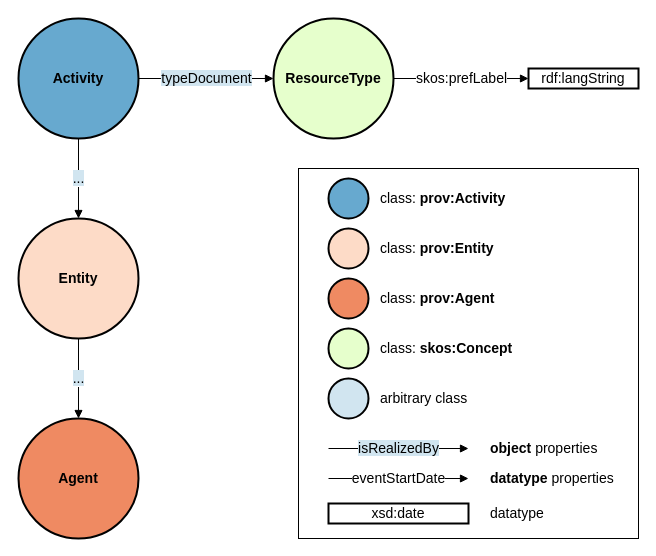
swiss/ch-paf-link keeps this draw.io diagram as figures/ontology_elements.drawio. Above is the earlier version. Source tidied: cells renumbered, new cells numbered last; positions are measured from the earlier drawing's top-left corner, leaving out a move shared by most shapes. Both pictures are drawn from the tidied source at 100%, with x=0, y=0 at pixel (18, 18).
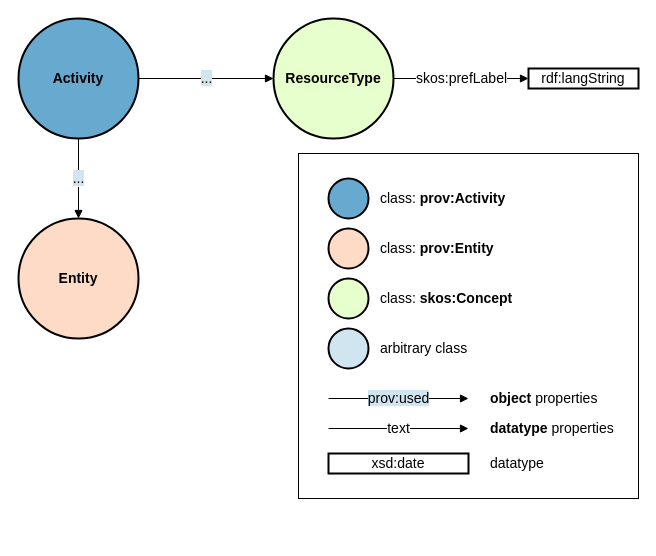
Above is the later version.

Unchanged cells that the change refers to:
```xml
<mxCell id="3" value="&lt;b&gt;Activity&lt;br&gt;&lt;/b&gt;" style="ellipse;whiteSpace=wrap;html=1;rounded=0;shadow=0;glass=0;comic=0;strokeColor=#000000;strokeWidth=2;fillColor=#67a9cf;gradientColor=none;fontSize=14;fontColor=#000000;align=center;" parent="1" vertex="1">
  <mxGeometry width="120" height="120" as="geometry" />
</mxCell>
<mxCell id="5" value="&lt;b&gt;Entity&lt;/b&gt;" style="ellipse;whiteSpace=wrap;html=1;rounded=0;shadow=0;glass=0;comic=0;strokeColor=#000000;strokeWidth=2;fillColor=#fddbc7;gradientColor=none;fontSize=14;fontColor=#000000;align=center;" parent="1" vertex="1">
  <mxGeometry y="200" width="120" height="120" as="geometry" />
</mxCell>
<mxCell id="14" value="&lt;b&gt;ResourceType&lt;/b&gt;" style="ellipse;whiteSpace=wrap;html=1;rounded=0;shadow=0;glass=0;comic=0;strokeColor=#000000;strokeWidth=2;fillColor=#E6FFCC;gradientColor=none;fontSize=14;fontColor=#000000;align=center;" parent="1" vertex="1">
  <mxGeometry x="255" width="120" height="120" as="geometry" />
</mxCell>
```

What changed in the source:
```diff
@@
     <mxCell id="2" style="rounded=0;whiteSpace=wrap;html=1;fontSize=14;fillColor=none;" parent="1" vertex="1">
-      <mxGeometry x="280" y="150" width="340" height="370" as="geometry" />
+      <mxGeometry x="280" y="135" width="340" height="345" as="geometry" />
     </mxCell>
@@
-    <mxCell id="6" value="&lt;b&gt;Agent&lt;/b&gt;" style="ellipse;whiteSpace=wrap;html=1;rounded=0;shadow=0;glass=0;comic=0;strokeColor=#000000;strokeWidth=2;fillColor=#ef8a62;gradientColor=none;fontSize=14;fontColor=#000000;align=center;" parent="1" vertex="1">
-      <mxGeometry y="400" width="120" height="120" as="geometry" />
-    </mxCell>
-    <mxCell id="7" value="&lt;span style=&quot;background-color: rgb(209, 229, 240);&quot;&gt;...&lt;/span&gt;" style="endArrow=block;html=1;strokeColor=#000000;fontSize=14;fontColor=#000000;endFill=1;exitX=0.5;exitY=1;exitDx=0;exitDy=0;entryX=0.5;entryY=0;entryDx=0;entryDy=0;" parent="1" edge="1" source="5" target="6">
-      <mxGeometry relative="1" as="geometry" />
-    </mxCell>
-    <mxCell id="8" value="&lt;b&gt;&lt;br&gt;&lt;/b&gt;" style="ellipse;whiteSpace=wrap;html=1;rounded=0;shadow=0;glass=0;comic=0;strokeColor=#000000;strokeWidth=2;fillColor=#EF8A62;gradientColor=none;fontSize=14;fontColor=#000000;align=center;" parent="1" vertex="1">
-      <mxGeometry x="310" y="260" width="40" height="40" as="geometry" />
-    </mxCell>
@@
-    <mxCell id="13" value="class: &lt;b style=&quot;font-size: 14px;&quot;&gt;prov:Agent&lt;/b&gt;" style="text;html=1;strokeColor=none;fillColor=none;align=left;verticalAlign=middle;whiteSpace=wrap;rounded=0;fontSize=14;" parent="1" vertex="1">
-      <mxGeometry x="360" y="260" width="190" height="40" as="geometry" />
-    </mxCell>
@@
     <mxCell id="15" value="&lt;b&gt;&lt;br&gt;&lt;/b&gt;" style="ellipse;whiteSpace=wrap;html=1;rounded=0;shadow=0;glass=0;comic=0;strokeColor=#000000;strokeWidth=2;fillColor=#E6FFCC;gradientColor=none;fontSize=14;fontColor=#000000;align=center;" parent="1" vertex="1">
-      <mxGeometry x="310" y="310" width="40" height="40" as="geometry" />
+      <mxGeometry x="310" y="260" width="40" height="40" as="geometry" />
     </mxCell>
     <mxCell id="16" value="class: &lt;b&gt;skos:Concept&lt;/b&gt;" style="text;html=1;strokeColor=none;fillColor=none;align=left;verticalAlign=middle;whiteSpace=wrap;rounded=0;fontSize=14;" parent="1" vertex="1">
-      <mxGeometry x="360" y="310" width="150" height="40" as="geometry" />
+      <mxGeometry x="360" y="260" width="150" height="40" as="geometry" />
     </mxCell>
-    <mxCell id="17" value="&lt;span style=&quot;background-color: rgb(209, 229, 240);&quot;&gt;isRealizedBy&lt;/span&gt;" style="endArrow=block;html=1;strokeColor=#000000;fontSize=14;fontColor=#000000;endFill=1;exitX=0.5;exitY=1;exitDx=0;exitDy=0;" parent="1" edge="1">
+    <mxCell id="17" value="&lt;span style=&quot;background-color: rgb(209, 229, 240);&quot;&gt;prov:used&lt;/span&gt;" style="endArrow=block;html=1;strokeColor=#000000;fontSize=14;fontColor=#000000;endFill=1;exitX=0.5;exitY=1;exitDx=0;exitDy=0;" parent="1" edge="1">
       <mxGeometry relative="1" as="geometry">
-        <mxPoint x="310" y="430" as="sourcePoint" />
-        <mxPoint x="450" y="430" as="targetPoint" />
+        <mxPoint x="310" y="380" as="sourcePoint" />
+        <mxPoint x="450" y="380" as="targetPoint" />
       </mxGeometry>
     </mxCell>
     <mxCell id="18" value="&lt;b&gt;object &lt;/b&gt;properties" style="text;html=1;strokeColor=none;fillColor=none;align=left;verticalAlign=middle;whiteSpace=wrap;rounded=0;fontSize=14;" parent="1" vertex="1">
-      <mxGeometry x="470" y="410" width="150" height="40" as="geometry" />
+      <mxGeometry x="470" y="360" width="150" height="40" as="geometry" />
     </mxCell>
-    <mxCell id="19" value="eventStartDate" style="endArrow=block;html=1;strokeColor=#000000;fontSize=14;fontColor=#000000;endFill=1;" parent="1" edge="1">
+    <mxCell id="19" value="text" style="endArrow=block;html=1;strokeColor=#000000;fontSize=14;fontColor=#000000;endFill=1;" parent="1" edge="1">
       <mxGeometry relative="1" as="geometry">
-        <mxPoint x="310" y="460" as="sourcePoint" />
-        <mxPoint x="450" y="460" as="targetPoint" />
+        <mxPoint x="310" y="410" as="sourcePoint" />
+        <mxPoint x="450" y="410" as="targetPoint" />
       </mxGeometry>
     </mxCell>
     <mxCell id="20" value="&lt;b&gt;datatype &lt;/b&gt;properties" style="text;html=1;strokeColor=none;fillColor=none;align=left;verticalAlign=middle;whiteSpace=wrap;rounded=0;fontSize=14;" parent="1" vertex="1">
-      <mxGeometry x="470" y="440" width="150" height="40" as="geometry" />
+      <mxGeometry x="470" y="390" width="150" height="40" as="geometry" />
     </mxCell>
     <mxCell id="21" value="xsd:date" style="whiteSpace=wrap;html=1;rounded=0;shadow=0;glass=0;comic=0;strokeColor=#000000;strokeWidth=2;fillColor=#FFFFFF;gradientColor=none;fontSize=14;fontColor=#000000;align=center;" parent="1" vertex="1">
-      <mxGeometry x="310" y="485" width="140" height="20" as="geometry" />
+      <mxGeometry x="310" y="435" width="140" height="20" as="geometry" />
     </mxCell>
     <mxCell id="22" value="datatype" style="text;html=1;strokeColor=none;fillColor=none;align=left;verticalAlign=middle;whiteSpace=wrap;rounded=0;fontSize=14;" parent="1" vertex="1">
-      <mxGeometry x="470" y="475" width="150" height="40" as="geometry" />
+      <mxGeometry x="470" y="425" width="150" height="40" as="geometry" />
     </mxCell>
-    <mxCell id="23" value="&lt;span style=&quot;background-color: rgb(209, 229, 240);&quot;&gt;typeDocument&lt;/span&gt;" style="endArrow=block;html=1;strokeColor=#000000;fontSize=14;fontColor=#000000;endFill=1;exitX=1;exitY=0.5;exitDx=0;exitDy=0;" parent="1" edge="1" source="3" target="14">
+    <mxCell id="23" value="&lt;span style=&quot;background-color: rgb(209, 229, 240);&quot;&gt;...&lt;/span&gt;" style="endArrow=block;html=1;strokeColor=#000000;fontSize=14;fontColor=#000000;endFill=1;exitX=1;exitY=0.5;exitDx=0;exitDy=0;" parent="1" edge="1" source="3" target="14">
       <mxGeometry relative="1" as="geometry" />
     </mxCell>
@@
     <mxCell id="26" value="&lt;b&gt;&lt;br&gt;&lt;/b&gt;" style="ellipse;whiteSpace=wrap;html=1;rounded=0;shadow=0;glass=0;comic=0;strokeColor=#000000;strokeWidth=2;fillColor=#D1E5F0;gradientColor=none;fontSize=14;fontColor=#000000;align=center;" parent="1" vertex="1">
-      <mxGeometry x="310" y="360" width="40" height="40" as="geometry" />
+      <mxGeometry x="310" y="310" width="40" height="40" as="geometry" />
     </mxCell>
     <mxCell id="27" value="arbitrary class" style="text;html=1;strokeColor=none;fillColor=none;align=left;verticalAlign=middle;whiteSpace=wrap;rounded=0;fontSize=14;" parent="1" vertex="1">
-      <mxGeometry x="360" y="360" width="150" height="40" as="geometry" />
+      <mxGeometry x="360" y="310" width="150" height="40" as="geometry" />
     </mxCell>
```
